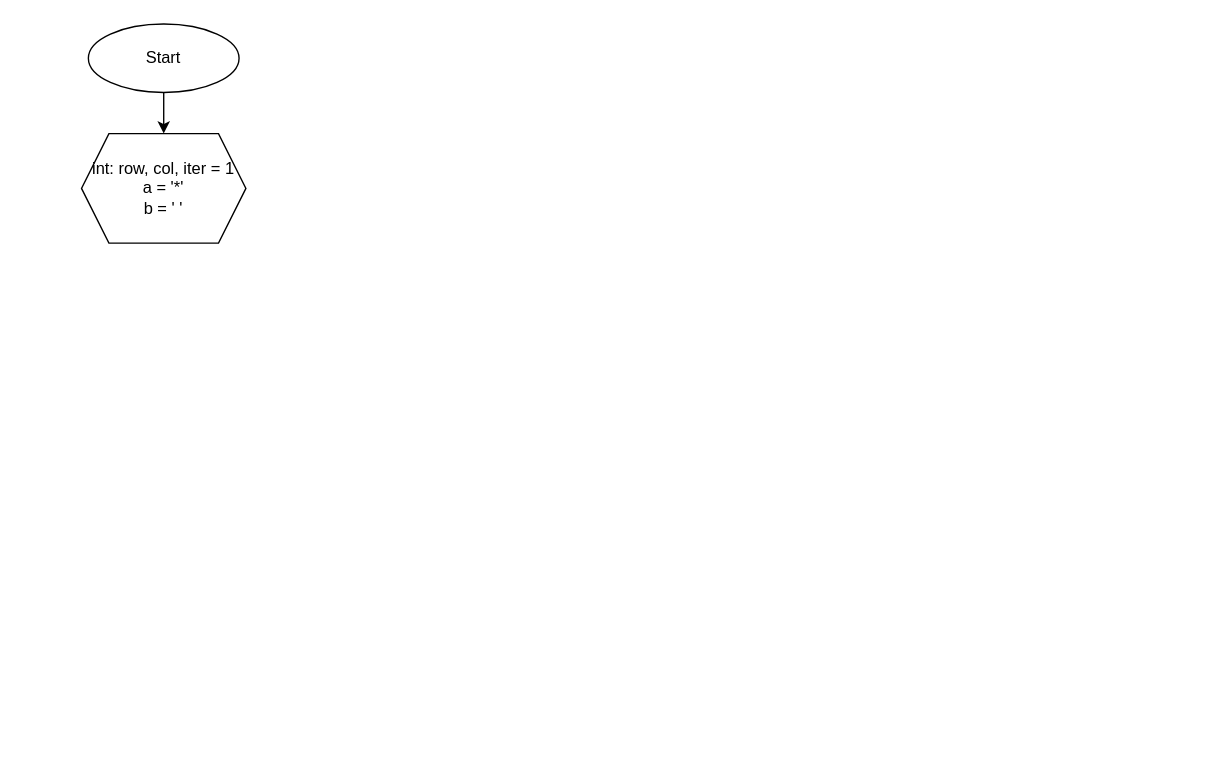
Before: HollowSquare8086.drawio in 1nnocentia/Flowchart, a draw.io diagram. Source tidied: cells renumbered, new cells numbered last; positions are measured from the earlier drawing's top-left corner, leaving out a move shared by most shapes. Both pictures are drawn from the tidied source at 137%, with x=0, y=0 at pixel (81, 23).
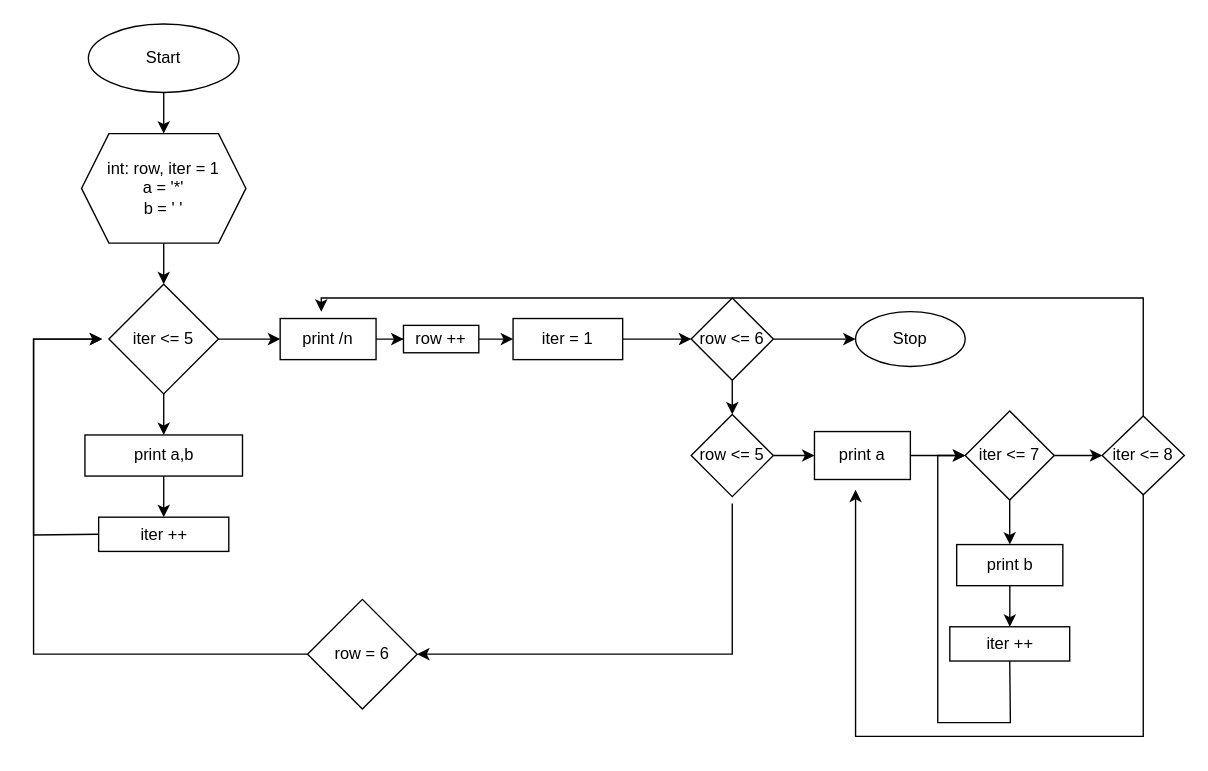
Above is the later version.

The edit, as a diff of the source:
```diff
@@
+    <mxCell id="5" style="edgeStyle=orthogonalEdgeStyle;rounded=0;jettySize=auto;html=1;" parent="1" edge="1" source="4" target="8">
+      <mxGeometry relative="1" as="geometry" />
+    </mxCell>
-    <mxCell id="4" value="int: row, col, iter = 1&lt;div&gt;a = '*'&lt;/div&gt;&lt;div&gt;b = ' '&lt;/div&gt;" style="shape=hexagon;perimeter=hexagonPerimeter2;whiteSpace=wrap;html=1;fixedSize=1;" parent="1" vertex="1">
+    <mxCell id="4" value="int: row, iter = 1&lt;div&gt;a = '*'&lt;/div&gt;&lt;div&gt;b = ' '&lt;/div&gt;" style="shape=hexagon;perimeter=hexagonPerimeter2;whiteSpace=wrap;html=1;fixedSize=1;" parent="1" vertex="1">
       <mxGeometry y="80" width="120" height="80" as="geometry" />
     </mxCell>
+    <mxCell id="6" style="edgeStyle=orthogonalEdgeStyle;rounded=0;jettySize=auto;html=1;" parent="1" edge="1" source="8" target="10">
+      <mxGeometry relative="1" as="geometry" />
+    </mxCell>
+    <mxCell id="7" style="edgeStyle=orthogonalEdgeStyle;rounded=0;jettySize=auto;html=1;" parent="1" edge="1" source="8" target="14">
+      <mxGeometry relative="1" as="geometry" />
+    </mxCell>
+    <mxCell id="8" value="iter &amp;lt;= 5" style="rhombus;whiteSpace=wrap;html=1;" parent="1" vertex="1">
+      <mxGeometry x="20" y="190" width="80" height="80" as="geometry" />
+    </mxCell>
+    <mxCell id="9" style="edgeStyle=orthogonalEdgeStyle;rounded=0;jettySize=auto;html=1;" parent="1" edge="1" source="10" target="11">
+      <mxGeometry relative="1" as="geometry" />
+    </mxCell>
+    <mxCell id="10" value="print a,b" style="whiteSpace=wrap;html=1;" parent="1" vertex="1">
+      <mxGeometry x="2.5" y="300" width="115" height="30" as="geometry" />
+    </mxCell>
+    <mxCell id="11" value="iter ++" style="whiteSpace=wrap;html=1;" parent="1" vertex="1">
+      <mxGeometry x="12.5" y="360" width="95" height="25" as="geometry" />
+    </mxCell>
+    <mxCell id="12" style="endArrow=classic;html=1;rounded=0;exitX=0;exitY=0.5;exitDx=0;exitDy=0;" parent="1" edge="1" source="11">
+      <mxGeometry relative="1" as="geometry">
+        <mxPoint x="15" y="230" as="targetPoint" />
+        <Array as="points">
+          <mxPoint x="-35" y="373" />
+          <mxPoint x="-35" y="230" />
+        </Array>
+      </mxGeometry>
+    </mxCell>
+    <mxCell id="13" style="edgeStyle=orthogonalEdgeStyle;rounded=0;jettySize=auto;html=1;" parent="1" edge="1" source="14" target="16">
+      <mxGeometry relative="1" as="geometry" />
+    </mxCell>
+    <mxCell id="14" value="print /n" style="whiteSpace=wrap;html=1;" parent="1" vertex="1">
+      <mxGeometry x="145" y="215" width="70" height="30" as="geometry" />
+    </mxCell>
+    <mxCell id="15" style="edgeStyle=orthogonalEdgeStyle;rounded=0;jettySize=auto;html=1;" parent="1" edge="1" source="16" target="18">
+      <mxGeometry relative="1" as="geometry" />
+    </mxCell>
+    <mxCell id="16" value="row ++" style="whiteSpace=wrap;html=1;" parent="1" vertex="1">
+      <mxGeometry x="235" y="220" width="55" height="20" as="geometry" />
+    </mxCell>
+    <mxCell id="17" style="edgeStyle=orthogonalEdgeStyle;rounded=0;jettySize=auto;html=1;" parent="1" edge="1" source="18" target="21">
+      <mxGeometry relative="1" as="geometry" />
+    </mxCell>
+    <mxCell id="18" value="iter = 1" style="whiteSpace=wrap;html=1;" parent="1" vertex="1">
+      <mxGeometry x="315" y="215" width="80" height="30" as="geometry" />
+    </mxCell>
+    <mxCell id="19" style="edgeStyle=orthogonalEdgeStyle;rounded=0;jettySize=auto;html=1;" parent="1" edge="1" source="21" target="22">
+      <mxGeometry relative="1" as="geometry" />
+    </mxCell>
+    <mxCell id="20" style="edgeStyle=orthogonalEdgeStyle;rounded=0;jettySize=auto;html=1;" parent="1" edge="1" source="21" target="24">
+      <mxGeometry relative="1" as="geometry" />
+    </mxCell>
+    <mxCell id="21" value="row &amp;lt;= 6" style="rhombus;whiteSpace=wrap;html=1;" parent="1" vertex="1">
+      <mxGeometry x="445" y="200" width="60" height="60" as="geometry" />
+    </mxCell>
+    <mxCell id="22" value="Stop" style="ellipse;whiteSpace=wrap;html=1;" parent="1" vertex="1">
+      <mxGeometry x="565" y="210" width="80" height="40" as="geometry" />
+    </mxCell>
+    <mxCell id="23" style="edgeStyle=orthogonalEdgeStyle;rounded=0;jettySize=auto;html=1;" parent="1" edge="1" source="24" target="26">
+      <mxGeometry relative="1" as="geometry" />
+    </mxCell>
+    <mxCell id="24" value="row &amp;lt;= 5" style="rhombus;whiteSpace=wrap;html=1;" parent="1" vertex="1">
+      <mxGeometry x="445" y="285" width="60" height="60" as="geometry" />
+    </mxCell>
+    <mxCell id="25" style="edgeStyle=orthogonalEdgeStyle;rounded=0;jettySize=auto;html=1;" parent="1" edge="1" source="26" target="29">
+      <mxGeometry relative="1" as="geometry" />
+    </mxCell>
+    <mxCell id="26" value="print a" style="whiteSpace=wrap;html=1;" parent="1" vertex="1">
+      <mxGeometry x="535" y="297.5" width="70" height="35" as="geometry" />
+    </mxCell>
+    <mxCell id="27" style="edgeStyle=orthogonalEdgeStyle;rounded=0;jettySize=auto;html=1;" parent="1" edge="1" source="29" target="31">
+      <mxGeometry relative="1" as="geometry" />
+    </mxCell>
+    <mxCell id="28" style="edgeStyle=orthogonalEdgeStyle;rounded=0;jettySize=auto;html=1;" parent="1" edge="1" source="29" target="34">
+      <mxGeometry relative="1" as="geometry" />
+    </mxCell>
+    <mxCell id="29" value="iter &amp;lt;= 7" style="rhombus;whiteSpace=wrap;html=1;" parent="1" vertex="1">
+      <mxGeometry x="645" y="282.5" width="65" height="65" as="geometry" />
+    </mxCell>
+    <mxCell id="30" style="edgeStyle=orthogonalEdgeStyle;rounded=0;jettySize=auto;html=1;" parent="1" edge="1" source="31" target="32">
+      <mxGeometry relative="1" as="geometry" />
+    </mxCell>
+    <mxCell id="31" value="print b" style="whiteSpace=wrap;html=1;" parent="1" vertex="1">
+      <mxGeometry x="638.8" y="380" width="77.5" height="30" as="geometry" />
+    </mxCell>
+    <mxCell id="32" value="iter ++" style="whiteSpace=wrap;html=1;" parent="1" vertex="1">
+      <mxGeometry x="633.8" y="440" width="87.5" height="25" as="geometry" />
+    </mxCell>
+    <mxCell id="33" style="endArrow=classic;html=1;rounded=0;exitX=0.5;exitY=1;exitDx=0;exitDy=0;entryX=0;entryY=0.5;entryDx=0;entryDy=0;" parent="1" edge="1" source="32" target="29">
+      <mxGeometry relative="1" as="geometry">
+        <Array as="points">
+          <mxPoint x="678" y="510" />
+          <mxPoint x="625" y="510" />
+          <mxPoint x="625" y="315" />
+        </Array>
+      </mxGeometry>
+    </mxCell>
+    <mxCell id="34" value="iter &amp;lt;= 8" style="rhombus;whiteSpace=wrap;html=1;" parent="1" vertex="1">
+      <mxGeometry x="745" y="286.2" width="60" height="57.5" as="geometry" />
+    </mxCell>
+    <mxCell id="35" style="endArrow=classic;html=1;rounded=0;exitX=0.5;exitY=1;exitDx=0;exitDy=0;" parent="1" edge="1" source="34">
+      <mxGeometry relative="1" as="geometry">
+        <mxPoint x="565" y="340" as="targetPoint" />
+        <Array as="points">
+          <mxPoint x="775" y="520" />
+          <mxPoint x="565" y="520" />
+        </Array>
+      </mxGeometry>
+    </mxCell>
+    <mxCell id="36" value="row = 6" style="rhombus;whiteSpace=wrap;html=1;" parent="1" vertex="1">
+      <mxGeometry x="165" y="420" width="80" height="80" as="geometry" />
+    </mxCell>
+    <mxCell id="37" style="endArrow=classic;html=1;rounded=0;entryX=1;entryY=0.5;entryDx=0;entryDy=0;" parent="1" edge="1" target="36">
+      <mxGeometry relative="1" as="geometry">
+        <mxPoint x="475" y="350" as="sourcePoint" />
+        <Array as="points">
+          <mxPoint x="475" y="460" />
+        </Array>
+      </mxGeometry>
+    </mxCell>
+    <mxCell id="38" style="endArrow=classic;html=1;rounded=0;exitX=0;exitY=0.5;exitDx=0;exitDy=0;" parent="1" edge="1" source="36">
+      <mxGeometry relative="1" as="geometry">
+        <mxPoint x="15" y="230" as="targetPoint" />
+        <Array as="points">
+          <mxPoint x="-35" y="460" />
+          <mxPoint x="-35" y="230" />
+        </Array>
+      </mxGeometry>
+    </mxCell>
+    <mxCell id="39" style="endArrow=classic;html=1;rounded=0;" parent="1" edge="1">
+      <mxGeometry relative="1" as="geometry">
+        <mxPoint x="775" y="286.2" as="sourcePoint" />
+        <mxPoint x="175" y="210" as="targetPoint" />
+        <Array as="points">
+          <mxPoint x="775" y="200" />
+          <mxPoint x="175" y="200" />
+        </Array>
+      </mxGeometry>
+    </mxCell>
```
